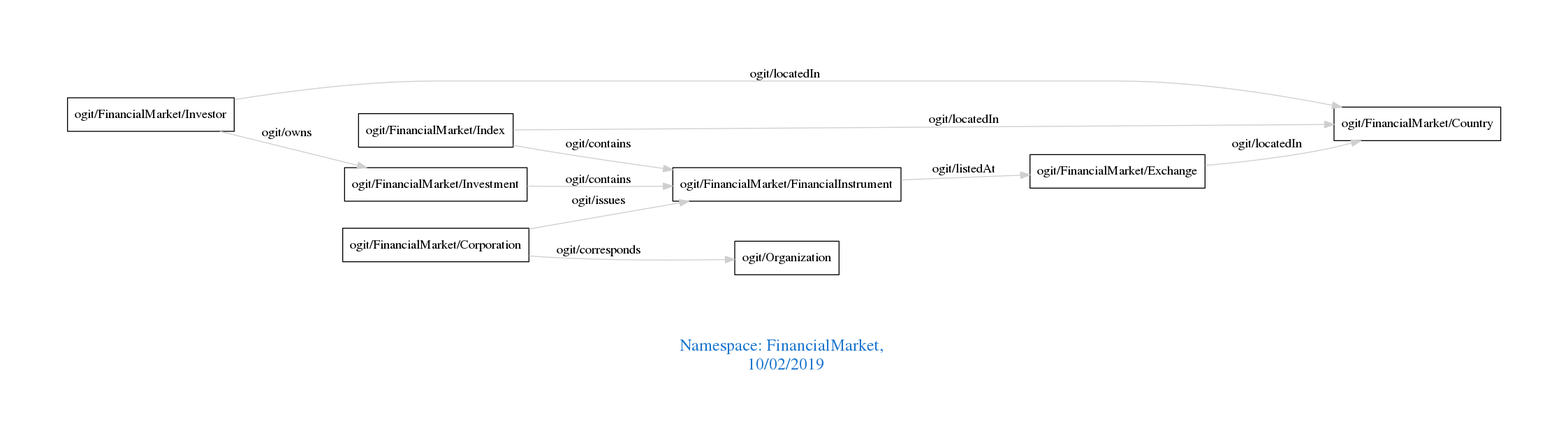
Before: downloads/FinancialMarket.png, a diagram exported from Graphviz (arago/OGIT). Its source is kept beside it as downloads/FinancialMarket.dot.
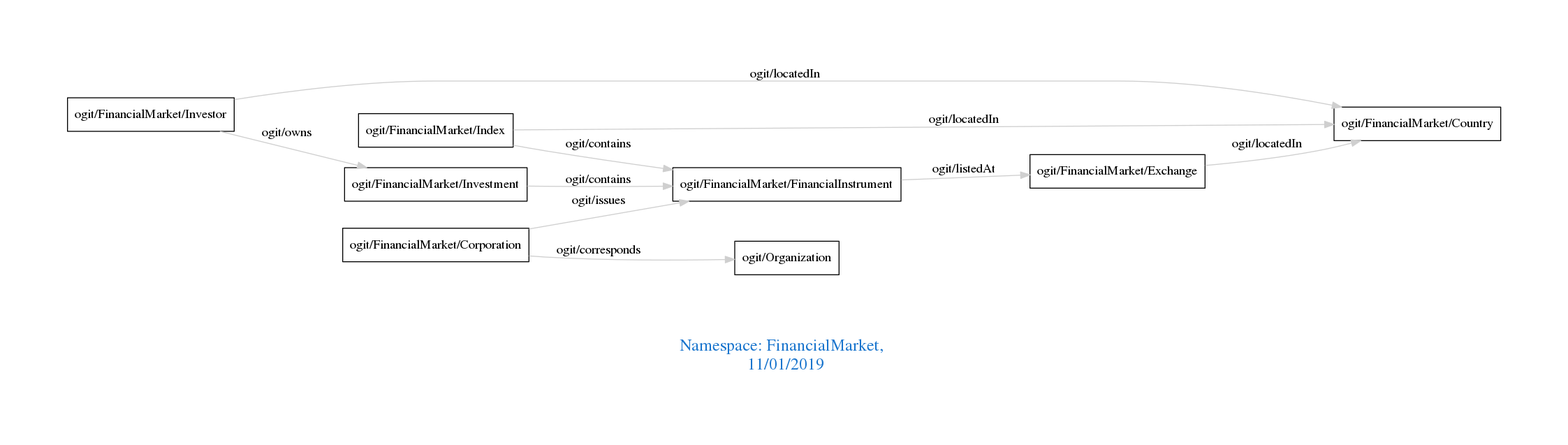
Above is the later version.

Change to the diagram source:
```diff
@@ -1,7 +1,7 @@
 digraph OGIT_ontology {
  graph [ rankdir= LR,pad=1
 fontsize = 18,
-fontcolor= dodgerblue3,label = "\n\n\nNamespace: FinancialMarket, \n 10/02/2019"];
+fontcolor= dodgerblue3,label = "\n\n\nNamespace: FinancialMarket, \n 11/01/2019"];
 node[shape=polygon];
 edge [  color="gray81"];
 
```
